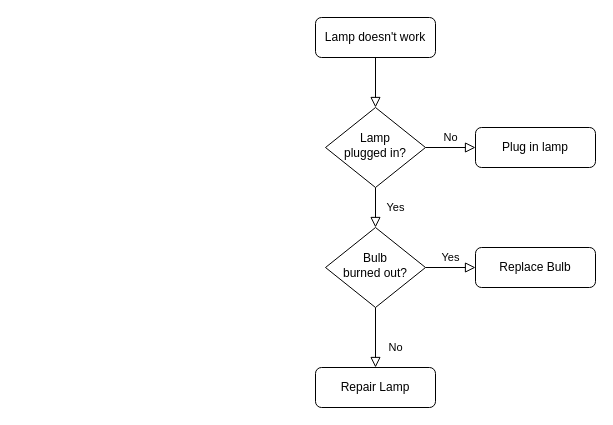
Above: Untitled Diagram.drawio in Teemwu/images (draw.io), before the change. Source tidied: cells renumbered, new cells numbered last; positions are measured from the earlier drawing's top-left corner, leaving out a move shared by most shapes. Both pictures are drawn from the tidied source at 100%, with x=0, y=0 at pixel (315, 17).
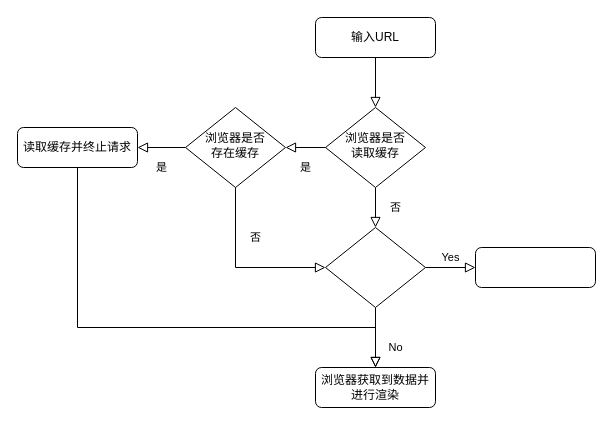
After the change.

Diff of the diagram source:
```diff
@@
 <mxGraphModel>
   <root>
     <mxCell id="0" />
     <mxCell id="1" parent="0" />
     <mxCell id="2" style="rounded=0;html=1;jettySize=auto;fontSize=11;endArrow=block;endFill=0;endSize=8;strokeWidth=1;shadow=0;labelBackgroundColor=none;edgeStyle=orthogonalEdgeStyle;" parent="1" edge="1" source="3" target="6">
       <mxGeometry relative="1" as="geometry" />
     </mxCell>
-    <mxCell id="3" value="Lamp doesn't work" style="rounded=1;whiteSpace=wrap;html=1;fontSize=12;glass=0;strokeWidth=1;shadow=0;" parent="1" vertex="1">
+    <mxCell id="3" value="输入URL" style="rounded=1;whiteSpace=wrap;html=1;fontSize=12;glass=0;strokeWidth=1;shadow=0;" parent="1" vertex="1">
       <mxGeometry width="120" height="40" as="geometry" />
     </mxCell>
-    <mxCell id="4" value="Yes" style="rounded=0;html=1;jettySize=auto;fontSize=11;endArrow=block;endFill=0;endSize=8;strokeWidth=1;shadow=0;labelBackgroundColor=none;edgeStyle=orthogonalEdgeStyle;" parent="1" edge="1" source="6" target="10">
+    <mxCell id="4" value="否" style="rounded=0;html=1;jettySize=auto;fontSize=11;endArrow=block;endFill=0;endSize=8;strokeWidth=1;shadow=0;labelBackgroundColor=none;edgeStyle=orthogonalEdgeStyle;" parent="1" edge="1" source="6" target="10">
       <mxGeometry y="20" relative="1" as="geometry" />
     </mxCell>
-    <mxCell id="5" value="No" style="edgeStyle=orthogonalEdgeStyle;rounded=0;html=1;jettySize=auto;fontSize=11;endArrow=block;endFill=0;endSize=8;strokeWidth=1;shadow=0;labelBackgroundColor=none;" parent="1" edge="1" source="6" target="7">
-      <mxGeometry y="10" relative="1" as="geometry" />
-    </mxCell>
-    <mxCell id="6" value="Lamp&lt;br&gt;plugged in?" style="rhombus;whiteSpace=wrap;html=1;shadow=0;fontFamily=Helvetica;fontSize=12;align=center;strokeWidth=1;spacing=6;spacingTop=-4;" parent="1" vertex="1">
+    <mxCell id="6" value="浏览器是否&lt;br&gt;读取缓存" style="rhombus;whiteSpace=wrap;html=1;shadow=0;fontFamily=Helvetica;fontSize=12;align=center;strokeWidth=1;spacing=6;spacingTop=-4;" parent="1" vertex="1">
       <mxGeometry x="10" y="90" width="100" height="80" as="geometry" />
     </mxCell>
-    <mxCell id="7" value="Plug in lamp" style="rounded=1;whiteSpace=wrap;html=1;fontSize=12;glass=0;strokeWidth=1;shadow=0;" parent="1" vertex="1">
-      <mxGeometry x="160" y="110" width="120" height="40" as="geometry" />
+    <mxCell id="7" value="读取缓存并终止请求" style="rounded=1;whiteSpace=wrap;html=1;fontSize=12;glass=0;strokeWidth=1;shadow=0;" parent="1" vertex="1">
+      <mxGeometry x="-298" y="110" width="120" height="40" as="geometry" />
     </mxCell>
     <mxCell id="8" value="No" style="rounded=0;html=1;jettySize=auto;fontSize=11;endArrow=block;endFill=0;endSize=8;strokeWidth=1;shadow=0;labelBackgroundColor=none;edgeStyle=orthogonalEdgeStyle;" parent="1" edge="1" source="10" target="11">
       <mxGeometry x="0.33" y="20" relative="1" as="geometry" />
     </mxCell>
     <mxCell id="9" value="Yes" style="edgeStyle=orthogonalEdgeStyle;rounded=0;html=1;jettySize=auto;fontSize=11;endArrow=block;endFill=0;endSize=8;strokeWidth=1;shadow=0;labelBackgroundColor=none;" parent="1" edge="1" source="10" target="12">
       <mxGeometry y="10" relative="1" as="geometry" />
     </mxCell>
-    <mxCell id="10" value="Bulb&lt;br&gt;burned out?" style="rhombus;whiteSpace=wrap;html=1;shadow=0;fontFamily=Helvetica;fontSize=12;align=center;strokeWidth=1;spacing=6;spacingTop=-4;" parent="1" vertex="1">
+    <mxCell id="10" style="rhombus;whiteSpace=wrap;html=1;shadow=0;fontFamily=Helvetica;fontSize=12;align=center;strokeWidth=1;spacing=6;spacingTop=-4;" parent="1" vertex="1">
       <mxGeometry x="10" y="210" width="100" height="80" as="geometry" />
     </mxCell>
-    <mxCell id="11" value="Repair Lamp" style="rounded=1;whiteSpace=wrap;html=1;fontSize=12;glass=0;strokeWidth=1;shadow=0;" parent="1" vertex="1">
+    <mxCell id="11" value="浏览器获取到数据并进行渲染" style="rounded=1;whiteSpace=wrap;html=1;fontSize=12;glass=0;strokeWidth=1;shadow=0;" parent="1" vertex="1">
       <mxGeometry y="350" width="120" height="40" as="geometry" />
     </mxCell>
-    <mxCell id="12" value="Replace Bulb" style="rounded=1;whiteSpace=wrap;html=1;fontSize=12;glass=0;strokeWidth=1;shadow=0;" parent="1" vertex="1">
+    <mxCell id="12" style="rounded=1;whiteSpace=wrap;html=1;fontSize=12;glass=0;strokeWidth=1;shadow=0;" parent="1" vertex="1">
       <mxGeometry x="160" y="230" width="120" height="40" as="geometry" />
     </mxCell>
+    <mxCell id="13" value="浏览器是否&lt;br&gt;存在缓存" style="rhombus;whiteSpace=wrap;html=1;shadow=0;fontFamily=Helvetica;fontSize=12;align=center;strokeWidth=1;spacing=6;spacingTop=-4;" parent="1" vertex="1">
+      <mxGeometry x="-130" y="90" width="100" height="80" as="geometry" />
+    </mxCell>
+    <mxCell id="14" value="否" style="rounded=0;html=1;jettySize=auto;fontSize=11;endArrow=block;endFill=0;endSize=8;strokeWidth=1;shadow=0;labelBackgroundColor=none;edgeStyle=orthogonalEdgeStyle;entryX=0;entryY=0.5;entryDx=0;entryDy=0;" parent="1" edge="1" source="13" target="10">
+      <mxGeometry x="-0.41" y="20" relative="1" as="geometry">
+        <Array as="points">
+          <mxPoint x="-80" y="250" />
+        </Array>
+      </mxGeometry>
+    </mxCell>
+    <mxCell id="15" value="是" style="rounded=0;html=1;jettySize=auto;fontSize=11;endArrow=block;endFill=0;endSize=8;strokeWidth=1;shadow=0;labelBackgroundColor=none;edgeStyle=orthogonalEdgeStyle;exitX=0;exitY=0.5;exitDx=0;exitDy=0;" parent="1" edge="1" source="6" target="13">
+      <mxGeometry y="20" relative="1" as="geometry" />
+    </mxCell>
+    <mxCell id="16" value="是" style="rounded=0;html=1;jettySize=auto;fontSize=11;endArrow=block;endFill=0;endSize=8;strokeWidth=1;shadow=0;labelBackgroundColor=none;edgeStyle=orthogonalEdgeStyle;" parent="1" edge="1" source="13" target="7">
+      <mxGeometry y="20" relative="1" as="geometry" />
+    </mxCell>
+    <mxCell id="17" style="rounded=0;html=1;jettySize=auto;fontSize=11;endArrow=block;endFill=0;endSize=8;strokeWidth=1;shadow=0;labelBackgroundColor=none;edgeStyle=orthogonalEdgeStyle;exitX=0.5;exitY=1;exitDx=0;exitDy=0;" parent="1" edge="1" source="7" target="11">
+      <mxGeometry relative="1" as="geometry">
+        <Array as="points">
+          <mxPoint x="-238" y="310" />
+          <mxPoint x="60" y="310" />
+        </Array>
+      </mxGeometry>
+    </mxCell>
   </root>
 </mxGraphModel>
```
